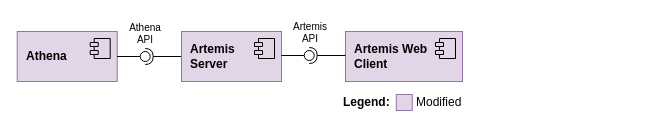
Before: page "overview-presentation" (3 of 11) of figures/src/subsystem-decomposition.drawio in pal03377/master-thesis, a draw.io diagram. Source tidied: cells renumbered, new cells numbered last; positions are measured from the earlier drawing's top-left corner, leaving out a move shared by most shapes. Both pictures are drawn from the tidied source at 100%, with x=0, y=0 at pixel (17, 17).
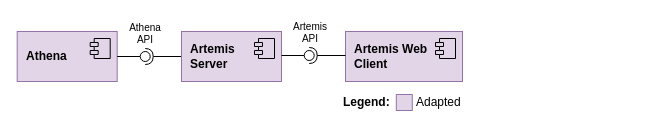
The same page after the edit.

The change refers to these unchanged cells:
```xml
<mxCell id="16" style="group;" parent="1" vertex="1">
  <mxGeometry x="324" y="69" width="290" height="31" as="geometry" />
</mxCell>
```

What changed in the source:
```diff
@@
-    <mxCell id="19" value="Modified" style="text;html=1;strokeColor=none;fillColor=none;align=left;verticalAlign=middle;whiteSpace=wrap;rounded=0;fontStyle=0;" parent="16" vertex="1">
+    <mxCell id="19" value="Adapted" style="text;html=1;strokeColor=none;fillColor=none;align=left;verticalAlign=middle;whiteSpace=wrap;rounded=0;fontStyle=0;" parent="16" vertex="1">
       <mxGeometry x="73.2" y="1" width="60" height="30" as="geometry" />
     </mxCell>
```
